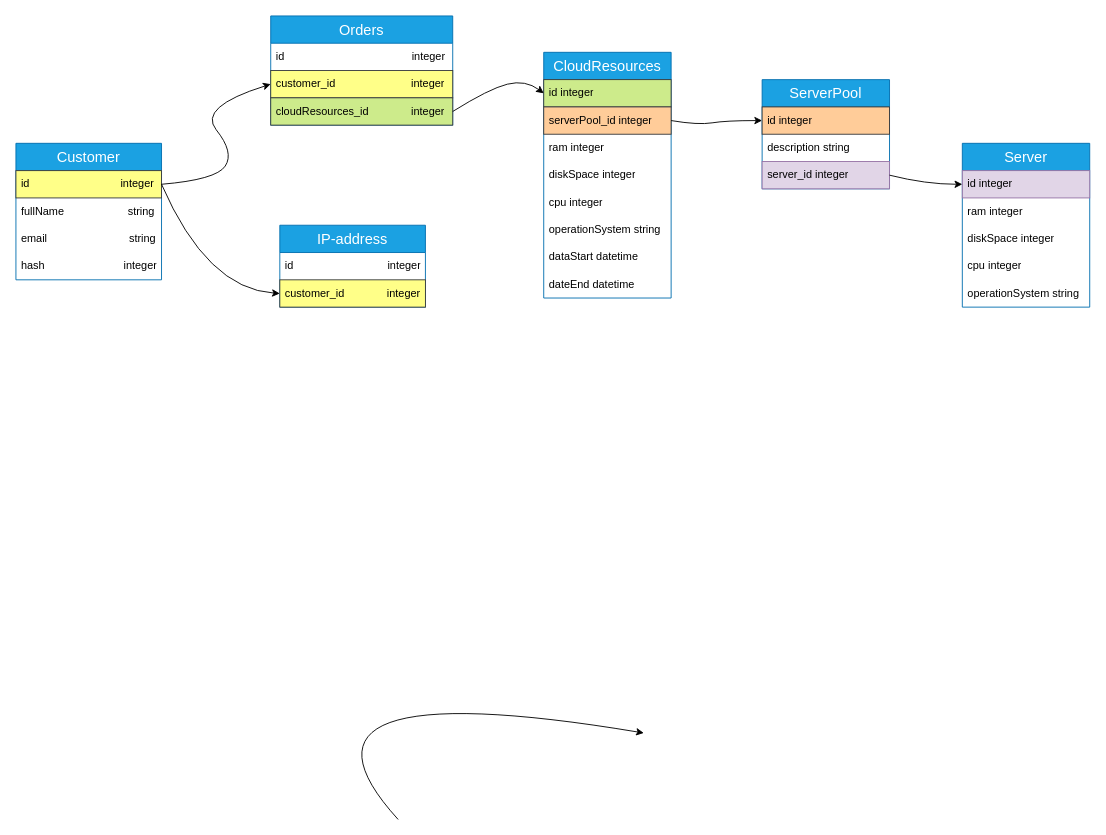
Earlier version of the draw.io diagram 9/ERD.drawio (ArtXDim/SoftwareArchitecture). Source tidied: cells renumbered, new cells numbered last; positions are measured from the earlier drawing's top-left corner, leaving out a move shared by most shapes. Both pictures are drawn from the tidied source at 91%, with x=0, y=0 at pixel (15, 15).
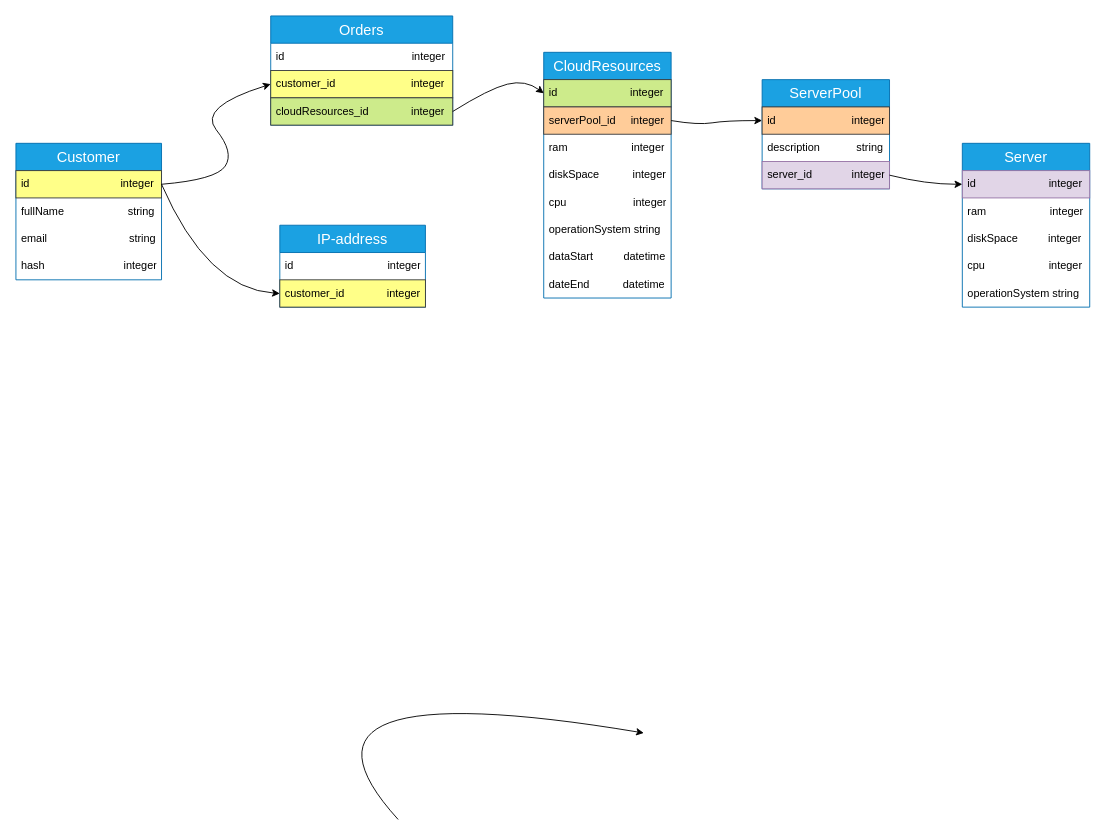
The same diagram, later.

Unchanged cells that the change refers to:
```xml
<mxCell id="3" value="&lt;font style=&quot;font-size: 16px;&quot;&gt;CloudResources&lt;/font&gt;" style="swimlane;fontStyle=0;horizontal=1;startSize=30;whiteSpace=wrap;html=1;fillColor=#1ba1e2;fontColor=#ffffff;strokeColor=#006EAF;" parent="1" vertex="1">
  <mxGeometry x="580" y="40" width="140" height="270" as="geometry" />
</mxCell>
<mxCell id="24" value="&lt;font style=&quot;font-size: 16px;&quot;&gt;Server&lt;/font&gt;" style="swimlane;fontStyle=0;horizontal=1;startSize=30;whiteSpace=wrap;html=1;fillColor=#1ba1e2;fontColor=#ffffff;strokeColor=#006EAF;" parent="1" vertex="1">
  <mxGeometry x="1040" y="140" width="140" height="180" as="geometry" />
</mxCell>
<mxCell id="30" value="&lt;font style=&quot;font-size: 16px;&quot;&gt;ServerPool&lt;/font&gt;" style="swimlane;fontStyle=0;horizontal=1;startSize=30;whiteSpace=wrap;html=1;fillColor=#1ba1e2;fontColor=#ffffff;strokeColor=#006EAF;" parent="1" vertex="1">
  <mxGeometry x="820" y="70" width="140" height="120" as="geometry" />
</mxCell>
```

What changed in the source:
```diff
@@
-    <mxCell id="4" value="id integer" style="text;strokeColor=#36393d;fillColor=#cdeb8b;align=left;verticalAlign=middle;spacingLeft=4;spacingRight=4;overflow=hidden;points=[[0,0.5],[1,0.5]];portConstraint=eastwest;whiteSpace=wrap;html=1;" parent="3" vertex="1">
+    <mxCell id="4" value="id&amp;nbsp; &amp;nbsp; &amp;nbsp; &amp;nbsp; &amp;nbsp; &amp;nbsp; &amp;nbsp; &amp;nbsp; &amp;nbsp; &amp;nbsp; &amp;nbsp; &amp;nbsp; integer" style="text;strokeColor=#36393d;fillColor=#cdeb8b;align=left;verticalAlign=middle;spacingLeft=4;spacingRight=4;overflow=hidden;points=[[0,0.5],[1,0.5]];portConstraint=eastwest;whiteSpace=wrap;html=1;" parent="3" vertex="1">
       <mxGeometry y="30" width="140" height="30" as="geometry" />
     </mxCell>
-    <mxCell id="5" value="serverPool_id integer" style="text;strokeColor=#36393d;fillColor=#ffcc99;align=left;verticalAlign=middle;spacingLeft=4;spacingRight=4;overflow=hidden;points=[[0,0.5],[1,0.5]];portConstraint=eastwest;whiteSpace=wrap;html=1;" parent="3" vertex="1">
+    <mxCell id="5" value="serverPool_id&amp;nbsp; &amp;nbsp; &amp;nbsp;integer" style="text;strokeColor=#36393d;fillColor=#ffcc99;align=left;verticalAlign=middle;spacingLeft=4;spacingRight=4;overflow=hidden;points=[[0,0.5],[1,0.5]];portConstraint=eastwest;whiteSpace=wrap;html=1;" parent="3" vertex="1">
       <mxGeometry y="60" width="140" height="30" as="geometry" />
     </mxCell>
-    <mxCell id="6" value="ram integer" style="text;strokeColor=none;fillColor=none;align=left;verticalAlign=middle;spacingLeft=4;spacingRight=4;overflow=hidden;whiteSpace=wrap;html=1;" parent="3" vertex="1">
+    <mxCell id="6" value="ram&amp;nbsp; &amp;nbsp; &amp;nbsp; &amp;nbsp; &amp;nbsp; &amp;nbsp; &amp;nbsp; &amp;nbsp; &amp;nbsp; &amp;nbsp; &amp;nbsp;integer" style="text;strokeColor=none;fillColor=none;align=left;verticalAlign=middle;spacingLeft=4;spacingRight=4;overflow=hidden;whiteSpace=wrap;html=1;" parent="3" vertex="1">
       <mxGeometry y="90" width="140" height="30" as="geometry" />
     </mxCell>
-    <mxCell id="7" value="diskSpace integer" style="text;strokeColor=none;fillColor=none;align=left;verticalAlign=middle;spacingLeft=4;spacingRight=4;overflow=hidden;whiteSpace=wrap;html=1;" parent="3" vertex="1">
+    <mxCell id="7" value="diskSpace&amp;nbsp; &amp;nbsp; &amp;nbsp; &amp;nbsp; &amp;nbsp; &amp;nbsp;integer" style="text;strokeColor=none;fillColor=none;align=left;verticalAlign=middle;spacingLeft=4;spacingRight=4;overflow=hidden;whiteSpace=wrap;html=1;" parent="3" vertex="1">
       <mxGeometry y="120" width="140" height="30" as="geometry" />
     </mxCell>
-    <mxCell id="8" value="cpu integer" style="text;strokeColor=none;fillColor=none;align=left;verticalAlign=middle;spacingLeft=4;spacingRight=4;overflow=hidden;whiteSpace=wrap;html=1;" parent="3" vertex="1">
+    <mxCell id="8" value="cpu&amp;nbsp; &amp;nbsp; &amp;nbsp; &amp;nbsp; &amp;nbsp; &amp;nbsp; &amp;nbsp; &amp;nbsp; &amp;nbsp; &amp;nbsp; &amp;nbsp; integer" style="text;strokeColor=none;fillColor=none;align=left;verticalAlign=middle;spacingLeft=4;spacingRight=4;overflow=hidden;whiteSpace=wrap;html=1;" parent="3" vertex="1">
       <mxGeometry y="150" width="140" height="30" as="geometry" />
     </mxCell>
@@
-    <mxCell id="10" value="dataStart datetime" style="text;strokeColor=none;fillColor=none;align=left;verticalAlign=middle;spacingLeft=4;spacingRight=4;overflow=hidden;whiteSpace=wrap;html=1;" parent="3" vertex="1">
+    <mxCell id="10" value="dataStart&amp;nbsp; &amp;nbsp; &amp;nbsp; &amp;nbsp; &amp;nbsp; datetime" style="text;strokeColor=none;fillColor=none;align=left;verticalAlign=middle;spacingLeft=4;spacingRight=4;overflow=hidden;whiteSpace=wrap;html=1;" parent="3" vertex="1">
       <mxGeometry y="210" width="140" height="30" as="geometry" />
     </mxCell>
-    <mxCell id="11" value="dateEnd datetime" style="text;strokeColor=none;fillColor=none;align=left;verticalAlign=middle;spacingLeft=4;spacingRight=4;overflow=hidden;whiteSpace=wrap;html=1;" parent="3" vertex="1">
+    <mxCell id="11" value="dateEnd&amp;nbsp; &amp;nbsp; &amp;nbsp; &amp;nbsp; &amp;nbsp; &amp;nbsp;datetime" style="text;strokeColor=none;fillColor=none;align=left;verticalAlign=middle;spacingLeft=4;spacingRight=4;overflow=hidden;whiteSpace=wrap;html=1;" parent="3" vertex="1">
       <mxGeometry y="240" width="140" height="30" as="geometry" />
     </mxCell>
@@
-    <mxCell id="25" value="id integer" style="text;strokeColor=#9673a6;fillColor=#e1d5e7;align=left;verticalAlign=middle;spacingLeft=4;spacingRight=4;overflow=hidden;points=[[0,0.5],[1,0.5]];portConstraint=eastwest;whiteSpace=wrap;html=1;" parent="24" vertex="1">
+    <mxCell id="25" value="id&amp;nbsp; &amp;nbsp; &amp;nbsp; &amp;nbsp; &amp;nbsp; &amp;nbsp; &amp;nbsp; &amp;nbsp; &amp;nbsp; &amp;nbsp; &amp;nbsp; &amp;nbsp; integer" style="text;strokeColor=#9673a6;fillColor=#e1d5e7;align=left;verticalAlign=middle;spacingLeft=4;spacingRight=4;overflow=hidden;points=[[0,0.5],[1,0.5]];portConstraint=eastwest;whiteSpace=wrap;html=1;" parent="24" vertex="1">
       <mxGeometry y="30" width="140" height="30" as="geometry" />
     </mxCell>
-    <mxCell id="26" value="ram integer" style="text;strokeColor=none;fillColor=none;align=left;verticalAlign=middle;spacingLeft=4;spacingRight=4;overflow=hidden;whiteSpace=wrap;html=1;" parent="24" vertex="1">
+    <mxCell id="26" value="ram&amp;nbsp; &amp;nbsp; &amp;nbsp; &amp;nbsp; &amp;nbsp; &amp;nbsp; &amp;nbsp; &amp;nbsp; &amp;nbsp; &amp;nbsp; &amp;nbsp;integer" style="text;strokeColor=none;fillColor=none;align=left;verticalAlign=middle;spacingLeft=4;spacingRight=4;overflow=hidden;whiteSpace=wrap;html=1;" parent="24" vertex="1">
       <mxGeometry y="60" width="140" height="30" as="geometry" />
     </mxCell>
-    <mxCell id="27" value="diskSpace integer" style="text;strokeColor=none;fillColor=none;align=left;verticalAlign=middle;spacingLeft=4;spacingRight=4;overflow=hidden;whiteSpace=wrap;html=1;" parent="24" vertex="1">
+    <mxCell id="27" value="diskSpace&amp;nbsp; &amp;nbsp; &amp;nbsp; &amp;nbsp; &amp;nbsp; integer" style="text;strokeColor=none;fillColor=none;align=left;verticalAlign=middle;spacingLeft=4;spacingRight=4;overflow=hidden;whiteSpace=wrap;html=1;" parent="24" vertex="1">
       <mxGeometry y="90" width="140" height="30" as="geometry" />
     </mxCell>
-    <mxCell id="28" value="cpu integer" style="text;strokeColor=none;fillColor=none;align=left;verticalAlign=middle;spacingLeft=4;spacingRight=4;overflow=hidden;whiteSpace=wrap;html=1;" parent="24" vertex="1">
+    <mxCell id="28" value="cpu&amp;nbsp; &amp;nbsp; &amp;nbsp; &amp;nbsp; &amp;nbsp; &amp;nbsp; &amp;nbsp; &amp;nbsp; &amp;nbsp; &amp;nbsp; &amp;nbsp;integer" style="text;strokeColor=none;fillColor=none;align=left;verticalAlign=middle;spacingLeft=4;spacingRight=4;overflow=hidden;whiteSpace=wrap;html=1;" parent="24" vertex="1">
       <mxGeometry y="120" width="140" height="30" as="geometry" />
     </mxCell>
@@
-    <mxCell id="31" value="id integer" style="text;strokeColor=#36393d;fillColor=#ffcc99;align=left;verticalAlign=middle;spacingLeft=4;spacingRight=4;overflow=hidden;points=[[0,0.5],[1,0.5]];portConstraint=eastwest;whiteSpace=wrap;html=1;" parent="30" vertex="1">
+    <mxCell id="31" value="id&amp;nbsp; &amp;nbsp; &amp;nbsp; &amp;nbsp; &amp;nbsp; &amp;nbsp; &amp;nbsp; &amp;nbsp; &amp;nbsp; &amp;nbsp; &amp;nbsp; &amp;nbsp; &amp;nbsp;integer" style="text;strokeColor=#36393d;fillColor=#ffcc99;align=left;verticalAlign=middle;spacingLeft=4;spacingRight=4;overflow=hidden;points=[[0,0.5],[1,0.5]];portConstraint=eastwest;whiteSpace=wrap;html=1;" parent="30" vertex="1">
       <mxGeometry y="30" width="140" height="30" as="geometry" />
     </mxCell>
-    <mxCell id="32" value="description string" style="text;strokeColor=none;fillColor=none;align=left;verticalAlign=middle;spacingLeft=4;spacingRight=4;overflow=hidden;whiteSpace=wrap;html=1;" parent="30" vertex="1">
+    <mxCell id="32" value="description&amp;nbsp; &amp;nbsp; &amp;nbsp; &amp;nbsp; &amp;nbsp; &amp;nbsp; string" style="text;strokeColor=none;fillColor=none;align=left;verticalAlign=middle;spacingLeft=4;spacingRight=4;overflow=hidden;whiteSpace=wrap;html=1;" parent="30" vertex="1">
       <mxGeometry y="60" width="140" height="30" as="geometry" />
     </mxCell>
-    <mxCell id="33" value="server_id integer" style="text;strokeColor=#9673a6;fillColor=#e1d5e7;align=left;verticalAlign=middle;spacingLeft=4;spacingRight=4;overflow=hidden;points=[[0,0.5],[1,0.5]];portConstraint=eastwest;whiteSpace=wrap;html=1;" parent="30" vertex="1">
+    <mxCell id="33" value="server_id&amp;nbsp; &amp;nbsp; &amp;nbsp; &amp;nbsp; &amp;nbsp; &amp;nbsp; &amp;nbsp;integer" style="text;strokeColor=#9673a6;fillColor=#e1d5e7;align=left;verticalAlign=middle;spacingLeft=4;spacingRight=4;overflow=hidden;points=[[0,0.5],[1,0.5]];portConstraint=eastwest;whiteSpace=wrap;html=1;" parent="30" vertex="1">
       <mxGeometry y="90" width="140" height="30" as="geometry" />
     </mxCell>
```
